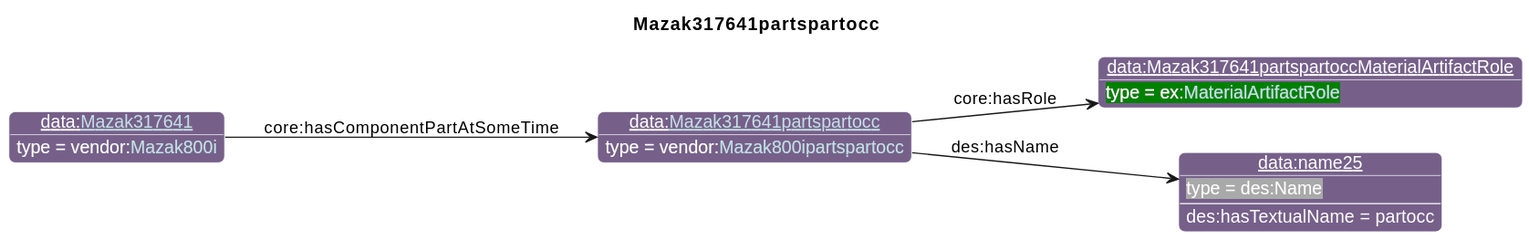
iofoundry/example-syseng-mtconnect keeps this PlantUML diagram as diagrams/Mazak317641partspartocc.svg. Above is the earlier version.
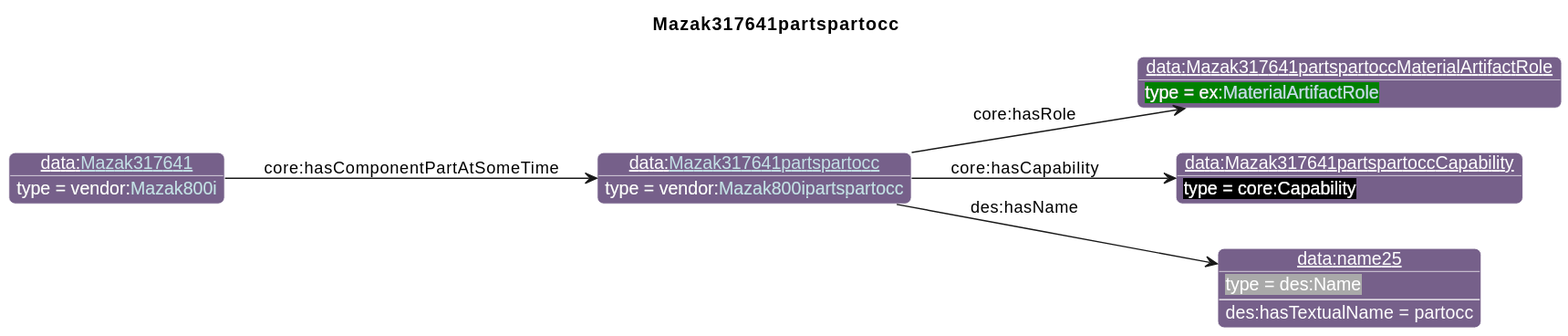
The same file after the commit.

The edit, as a diff of the source:
```diff
@@ -27,10 +27,12 @@
       }
 individual(o0, data:[[./Mazak317641partspartocc.html Mazak317641partspartocc]], vendor:[[../Mazak.html#Mazak800ipartspartocc Mazak800ipartspartocc]])
 individual(o1, data:Mazak317641partspartoccMaterialArtifactRole, ex:[[../Example.html#MaterialArtifactRole MaterialArtifactRole]])
-individual(o2, data:name25, des:Name)
-individual(o3, data:[[./Mazak317641.html Mazak317641]], vendor:[[../Mazak.html#Mazak800i Mazak800i]])
+individual(o2, data:Mazak317641partspartoccCapability, core:Capability)
+individual(o3, data:name25, des:Name)
+individual(o4, data:[[./Mazak317641.html Mazak317641]], vendor:[[../Mazak.html#Mazak800i Mazak800i]])
 property(o0, "core:hasRole", o1)
-property(o0, "des:hasName", o2)
-data(o2, "des:hasTextualName", "partocc")
-property(o3, "core:hasComponentPartAtSomeTime", o0)
+property(o0, "core:hasCapability", o2)
+property(o0, "des:hasName", o3)
+data(o3, "des:hasTextualName", "partocc")
+property(o4, "core:hasComponentPartAtSomeTime", o0)
 @enduml
```
